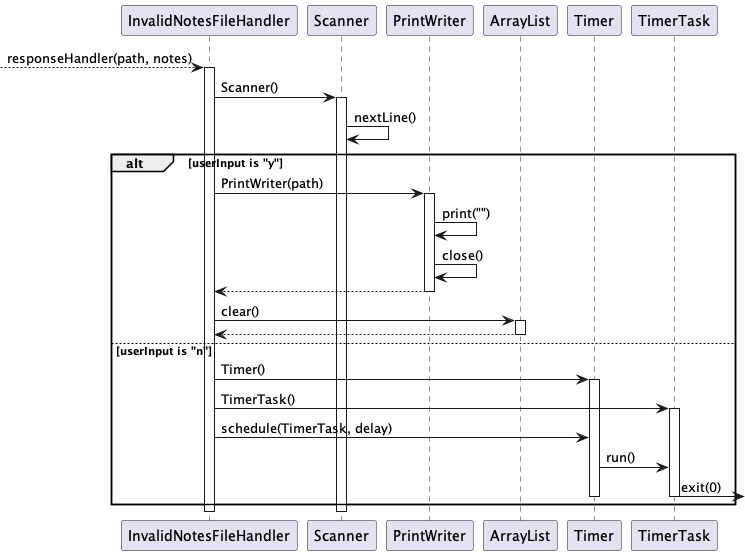
The PlantUML diagram docs/SequenceDiagrams/invalid_file_handler_sequence_diagram.png in nus-cs2113-AY2223S2/tp, before a commit. Source of this version:
```plantuml
@startuml

    --> InvalidNotesFileHandler: responseHandler(path, notes)
    activate InvalidNotesFileHandler
    InvalidNotesFileHandler -> Scanner: Scanner()
    activate Scanner
    Scanner -> Scanner: nextLine()
    alt userInput is "y"
        InvalidNotesFileHandler -> PrintWriter: PrintWriter(path)
        activate PrintWriter
        PrintWriter -> PrintWriter: print("")
        PrintWriter -> PrintWriter: close()
        PrintWriter --> InvalidNotesFileHandler
        deactivate PrintWriter
        InvalidNotesFileHandler -> ArrayList: clear()
        activate ArrayList
        ArrayList --> InvalidNotesFileHandler
        deactivate ArrayList
    else userInput is "n"
        InvalidNotesFileHandler -> Timer: Timer()
        activate Timer
        InvalidNotesFileHandler -> TimerTask: TimerTask()
        activate TimerTask
        InvalidNotesFileHandler -> Timer: schedule(TimerTask, delay)
        Timer -> TimerTask: run()
        TimerTask -> :exit(0)
        deactivate Timer
        deactivate TimerTask
    end
    deactivate Scanner
    deactivate InvalidNotesFileHandler
@enduml
```
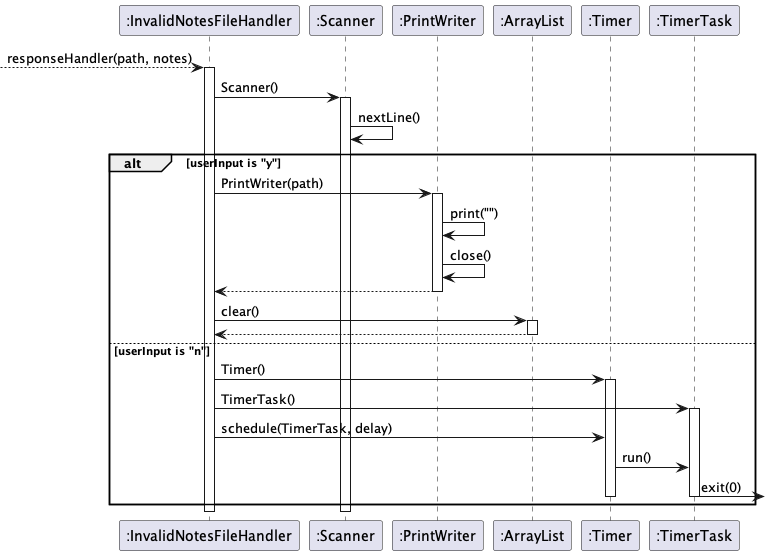
After the change.

Commit message:
update sequence diagrams for file loading

Diff of the diagram source:
```diff
@@ -1,32 +1,32 @@
 @startuml
 
-    --> InvalidNotesFileHandler: responseHandler(path, notes)
-    activate InvalidNotesFileHandler
-    InvalidNotesFileHandler -> Scanner: Scanner()
-    activate Scanner
-    Scanner -> Scanner: nextLine()
+    --> ":InvalidNotesFileHandler": responseHandler(path, notes)
+    activate ":InvalidNotesFileHandler"
+    ":InvalidNotesFileHandler" -> ":Scanner": Scanner()
+    activate ":Scanner"
+    ":Scanner" -> ":Scanner": nextLine()
     alt userInput is "y"
-        InvalidNotesFileHandler -> PrintWriter: PrintWriter(path)
-        activate PrintWriter
-        PrintWriter -> PrintWriter: print("")
-        PrintWriter -> PrintWriter: close()
-        PrintWriter --> InvalidNotesFileHandler
-        deactivate PrintWriter
-        InvalidNotesFileHandler -> ArrayList: clear()
-        activate ArrayList
-        ArrayList --> InvalidNotesFileHandler
-        deactivate ArrayList
+        ":InvalidNotesFileHandler" -> ":PrintWriter": PrintWriter(path)
+        activate ":PrintWriter"
+        ":PrintWriter" -> ":PrintWriter": print("")
+        ":PrintWriter" -> ":PrintWriter": close()
+        ":PrintWriter" --> ":InvalidNotesFileHandler"
+        deactivate ":PrintWriter"
+        ":InvalidNotesFileHandler" -> ":ArrayList": clear()
+        activate ":ArrayList"
+        ":ArrayList" --> ":InvalidNotesFileHandler"
+        deactivate ":ArrayList"
     else userInput is "n"
-        InvalidNotesFileHandler -> Timer: Timer()
-        activate Timer
-        InvalidNotesFileHandler -> TimerTask: TimerTask()
-        activate TimerTask
-        InvalidNotesFileHandler -> Timer: schedule(TimerTask, delay)
-        Timer -> TimerTask: run()
-        TimerTask -> :exit(0)
-        deactivate Timer
-        deactivate TimerTask
+        ":InvalidNotesFileHandler" -> ":Timer": Timer()
+        activate ":Timer"
+        ":InvalidNotesFileHandler" -> ":TimerTask": TimerTask()
+        activate ":TimerTask"
+        ":InvalidNotesFileHandler" -> ":Timer": schedule(TimerTask, delay)
+        ":Timer" -> ":TimerTask": run()
+        ":TimerTask" -> :exit(0)
+        deactivate ":Timer"
+        deactivate ":TimerTask"
     end
-    deactivate Scanner
-    deactivate InvalidNotesFileHandler
+    deactivate ":Scanner"
+    deactivate ":InvalidNotesFileHandler"
 @enduml
```
